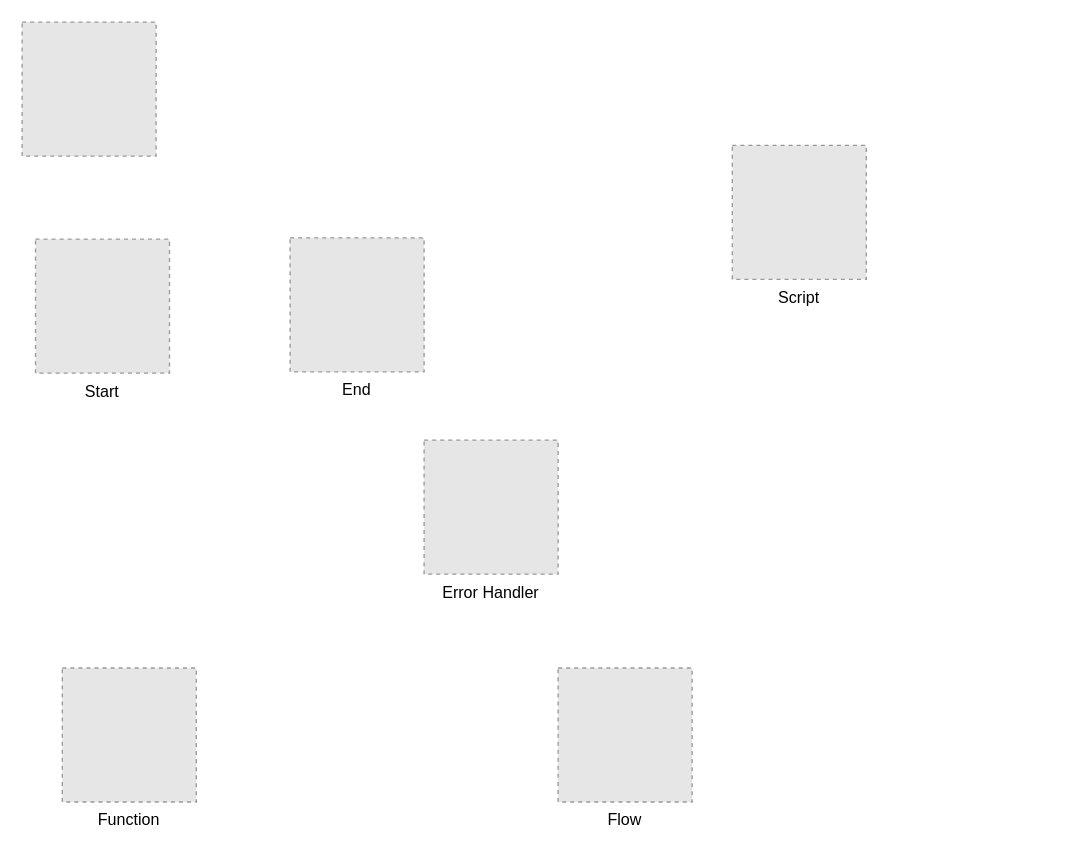
This is docs/resources/library.drawio from Nasdanika-Models/function-flow, a draw.io file, before an edit. Source tidied: cells renumbered, new cells numbered last; positions are measured from the earlier drawing's top-left corner, leaving out a move shared by most shapes. Both pictures are drawn from the tidied source at 134%, with x=0, y=0 at pixel (21, 21). Pictures stored in the file or linked from it are replaced by grey dashed boxes.
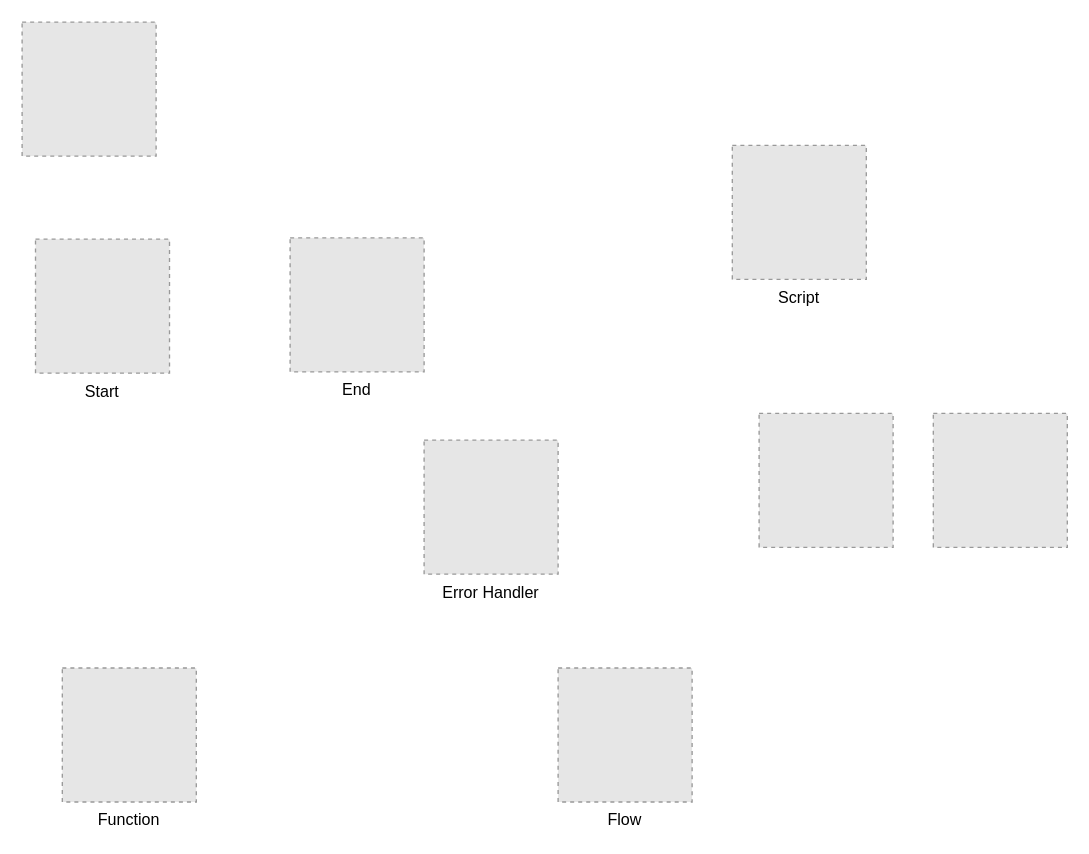
The same diagram, later.

What changed in the source:
```diff
@@
 <mxGraphModel>
   <root>
     <mxCell id="0" />
     <mxCell id="1" parent="0" />
     <mxCell id="2" style="fillColor=#E6E6E6;strokeColor=#999999;dashed=1;verticalLabelPosition=bottom;labelBackgroundColor=default;verticalAlign=top;" parent="1" vertex="1">
       <mxGeometry width="100" height="100" as="geometry" />
     </mxCell>
     <mxCell id="3" value="Start" style="fillColor=#E6E6E6;strokeColor=#999999;dashed=1;verticalLabelPosition=bottom;labelBackgroundColor=default;verticalAlign=top;" parent="1" vertex="1">
       <mxGeometry x="10" y="162" width="100" height="100" as="geometry" />
     </mxCell>
     <mxCell id="4" value="End" style="fillColor=#E6E6E6;strokeColor=#999999;dashed=1;verticalLabelPosition=bottom;labelBackgroundColor=default;verticalAlign=top;" parent="1" vertex="1">
       <mxGeometry x="200" y="161" width="100" height="100" as="geometry" />
     </mxCell>
     <mxCell id="5" value="Error Handler" style="fillColor=#E6E6E6;strokeColor=#999999;dashed=1;verticalLabelPosition=bottom;labelBackgroundColor=default;verticalAlign=top;" parent="1" vertex="1">
       <mxGeometry x="300" y="312" width="100" height="100" as="geometry" />
     </mxCell>
     <mxCell id="6" value="Script" style="fillColor=#E6E6E6;strokeColor=#999999;dashed=1;verticalLabelPosition=bottom;labelBackgroundColor=default;verticalAlign=top;" parent="1" vertex="1">
       <mxGeometry x="530" y="92" width="100" height="100" as="geometry" />
     </mxCell>
     <mxCell id="7" value="Function" style="fillColor=#E6E6E6;strokeColor=#999999;dashed=1;verticalLabelPosition=bottom;labelBackgroundColor=default;verticalAlign=top;" parent="1" vertex="1">
       <mxGeometry x="30" y="482" width="100" height="100" as="geometry" />
     </mxCell>
     <mxCell id="8" value="Flow" style="fillColor=#E6E6E6;strokeColor=#999999;dashed=1;verticalLabelPosition=bottom;labelBackgroundColor=default;verticalAlign=top;" parent="1" vertex="1">
       <mxGeometry x="400" y="482" width="100" height="100" as="geometry" />
     </mxCell>
+    <mxCell id="9" style="fillColor=#E6E6E6;strokeColor=#999999;dashed=1;verticalLabelPosition=bottom;labelBackgroundColor=default;verticalAlign=top;" parent="1" vertex="1">
+      <mxGeometry x="550" y="292" width="100" height="100" as="geometry" />
+    </mxCell>
+    <mxCell id="10" style="fillColor=#E6E6E6;strokeColor=#999999;dashed=1;verticalLabelPosition=bottom;labelBackgroundColor=default;verticalAlign=top;" parent="1" vertex="1">
+      <mxGeometry x="680" y="292" width="100" height="100" as="geometry" />
+    </mxCell>
   </root>
 </mxGraphModel>
```
